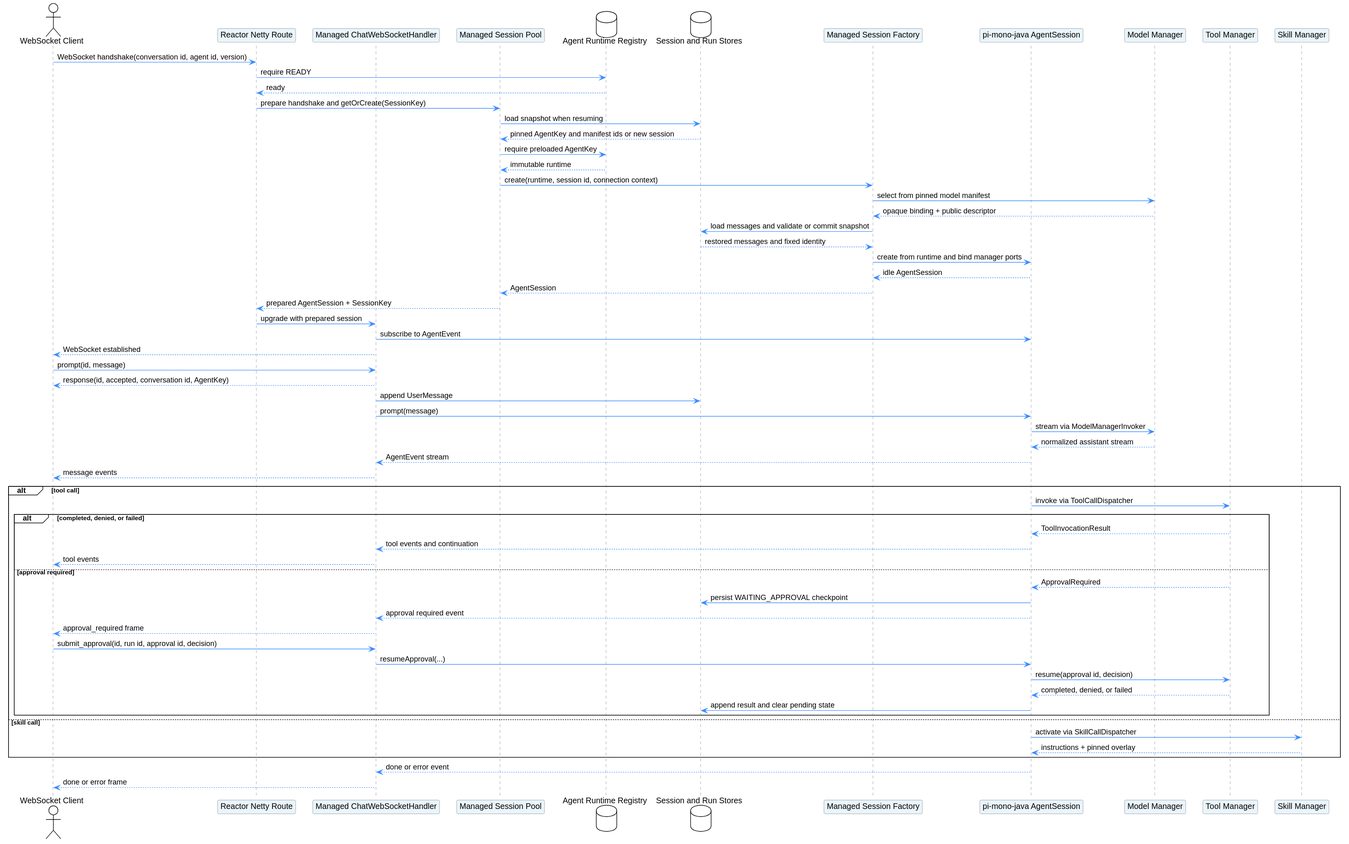
Above: managed-agent-session/pi_session_creation.svg in superheromeZzh/pi-mono-java-design (PlantUML), before the change.
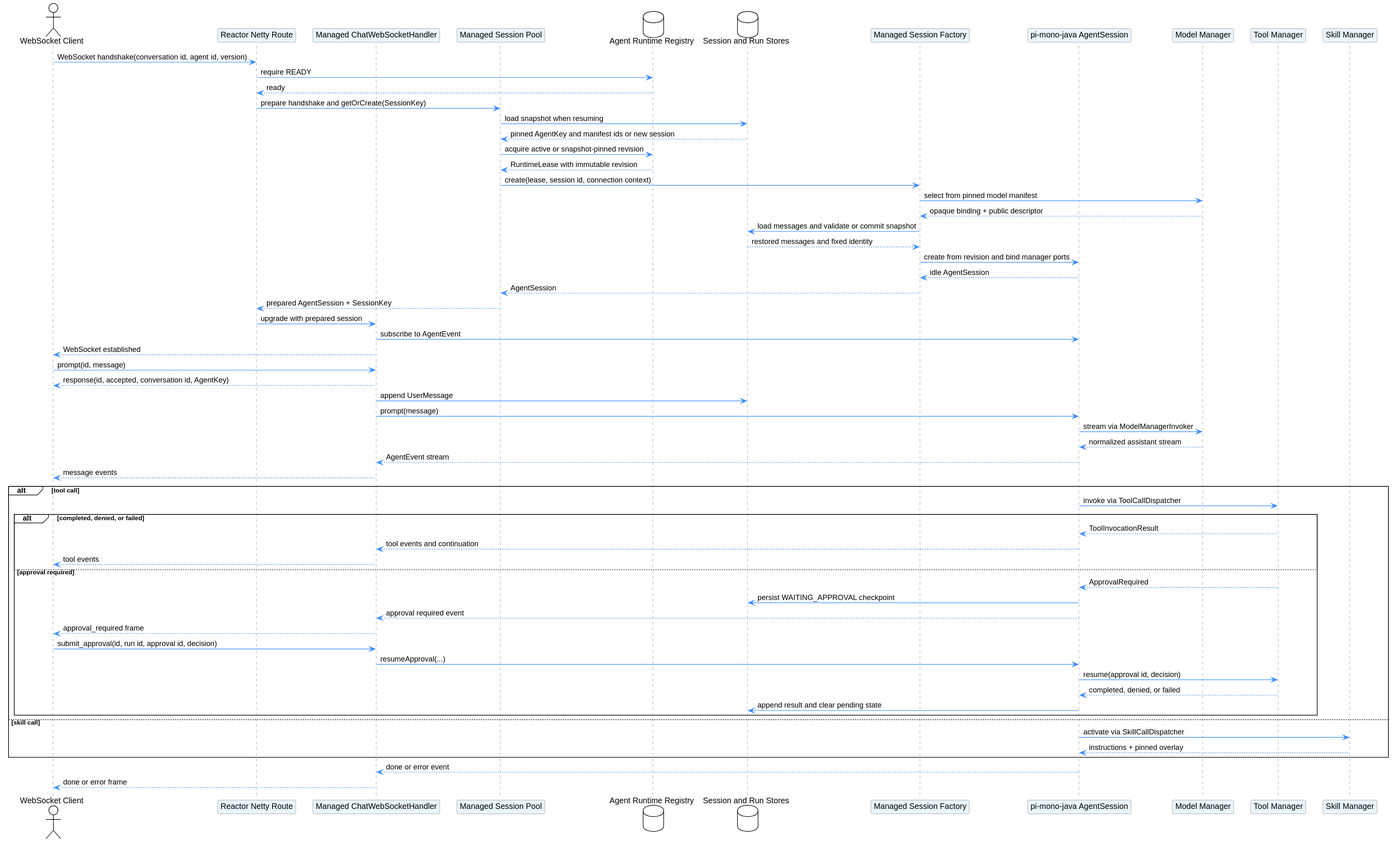
The same diagram one commit later.

Commit message:
docs(agent): define managed runtime revisions

Change to the diagram source:
```diff
@@ -26,14 +26,14 @@
 Route -> Pool: prepare handshake and getOrCreate(SessionKey)
 Pool -> Store: load snapshot when resuming
 Store --> Pool: pinned AgentKey and manifest ids or new session
-Pool -> Registry: require preloaded AgentKey
-Registry --> Pool: immutable runtime
-Pool -> Factory: create(runtime, session id, connection context)
+Pool -> Registry: acquire active or snapshot-pinned revision
+Registry --> Pool: RuntimeLease with immutable revision
+Pool -> Factory: create(lease, session id, connection context)
 Factory -> ModelManager: select from pinned model manifest
 ModelManager --> Factory: opaque binding + public descriptor
 Factory -> Store: load messages and validate or commit snapshot
 Store --> Factory: restored messages and fixed identity
-Factory -> JavaSession: create from runtime and bind manager ports
+Factory -> JavaSession: create from revision and bind manager ports
 JavaSession --> Factory: idle AgentSession
 Factory --> Pool: AgentSession
 Pool --> Route: prepared AgentSession + SessionKey
```
